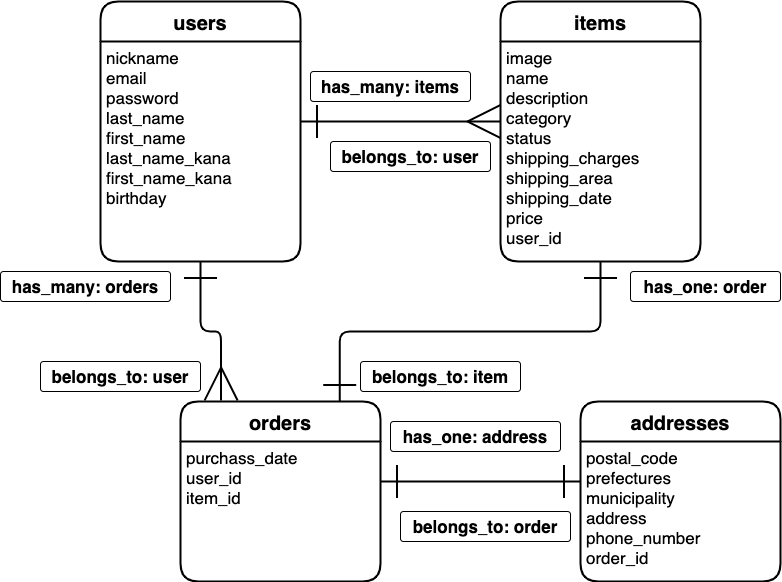
ono775/furima-28133 keeps this draw.io diagram as er.drawio.png. Above is the earlier version. Source tidied: cells renumbered, new cells last; positions are measured from the earlier drawing's top-left corner, leaving out a move shared by most shapes. Source of this version:
```xml
<mxGraphModel>
  <root>
    <mxCell id="0" />
    <mxCell id="1" parent="0" />
    <mxCell id="2" value="items" style="swimlane;horizontal=1;startSize=40;rounded=1;fontSize=20;fontStyle=1;strokeWidth=2;shadow=0;dashed=0;align=center;" parent="1" vertex="1">
      <mxGeometry x="500" width="200" height="260" as="geometry" />
    </mxCell>
    <mxCell id="3" value="image&#10;name&#10;description&#10;category&#10;status&#10;shipping_charges&#10;shipping_area&#10;shipping_date&#10;price&#10;user_id&#10;" style="align=left;strokeColor=none;fillColor=none;spacingLeft=4;fontSize=17;verticalAlign=top;" parent="2" vertex="1">
      <mxGeometry y="40" width="200" height="220" as="geometry" />
    </mxCell>
    <mxCell id="4" value="users" style="swimlane;horizontal=1;startSize=40;rounded=1;fontSize=20;fontStyle=1;strokeWidth=2;shadow=0;dashed=0;align=center;" parent="1" vertex="1">
      <mxGeometry x="100" width="200" height="260" as="geometry" />
    </mxCell>
    <mxCell id="5" value="nickname&#10;email&#10;password&#10;last_name&#10;first_name&#10;last_name_kana&#10;first_name_kana&#10;birthday" style="align=left;strokeColor=none;fillColor=none;spacingLeft=4;fontSize=17;verticalAlign=top;" parent="4" vertex="1">
      <mxGeometry y="40" width="200" height="220" as="geometry" />
    </mxCell>
    <mxCell id="6" value="orders" style="swimlane;horizontal=1;startSize=40;rounded=1;fontSize=20;fontStyle=1;strokeWidth=2;shadow=0;dashed=0;align=center;" parent="1" vertex="1">
      <mxGeometry x="180" y="400" width="200" height="180" as="geometry" />
    </mxCell>
    <mxCell id="7" value="purchass_date&#10;user_id&#10;item_id" style="align=left;strokeColor=none;fillColor=none;spacingLeft=4;fontSize=17;verticalAlign=top;" parent="6" vertex="1">
      <mxGeometry y="40" width="200" height="140" as="geometry" />
    </mxCell>
    <mxCell id="8" value="addresses" style="swimlane;horizontal=1;startSize=40;rounded=1;fontSize=20;fontStyle=1;strokeWidth=2;shadow=0;dashed=0;align=center;" parent="1" vertex="1">
      <mxGeometry x="580" y="400" width="200" height="180" as="geometry" />
    </mxCell>
    <mxCell id="9" value="postal_code&#10;prefectures&#10;municipality&#10;address&#10;phone_number&#10;order_id" style="align=left;strokeColor=none;fillColor=none;spacingLeft=4;fontSize=17;verticalAlign=top;" parent="8" vertex="1">
      <mxGeometry y="40" width="200" height="140" as="geometry" />
    </mxCell>
    <mxCell id="10" style="edgeStyle=orthogonalEdgeStyle;rounded=0;orthogonalLoop=1;jettySize=auto;html=1;fontSize=17;strokeWidth=2;startArrow=ERone;startFill=0;endArrow=ERmany;endFill=0;endSize=30;startSize=30;" parent="1" edge="1">
      <mxGeometry relative="1" as="geometry">
        <mxPoint x="300" y="120" as="sourcePoint" />
        <mxPoint x="500" y="120" as="targetPoint" />
        <Array as="points">
          <mxPoint x="300" y="120" />
          <mxPoint x="500" y="120" />
        </Array>
      </mxGeometry>
    </mxCell>
    <mxCell id="11" style="edgeStyle=orthogonalEdgeStyle;jettySize=auto;html=1;exitX=0.5;exitY=1;exitDx=0;exitDy=0;entryX=0.203;entryY=-0.006;entryDx=0;entryDy=0;entryPerimeter=0;startArrow=ERone;startFill=0;startSize=30;endArrow=ERmany;endFill=0;endSize=30;strokeWidth=2;fontSize=17;rounded=1;" parent="1" edge="1" source="5" target="6">
      <mxGeometry relative="1" as="geometry" />
    </mxCell>
    <mxCell id="12" style="edgeStyle=orthogonalEdgeStyle;rounded=1;jettySize=auto;html=1;exitX=0.5;exitY=1;exitDx=0;exitDy=0;entryX=0.796;entryY=0;entryDx=0;entryDy=0;entryPerimeter=0;startArrow=ERone;startFill=0;startSize=30;endArrow=ERone;endFill=0;endSize=30;strokeWidth=2;fontSize=17;" parent="1" edge="1" source="3" target="6">
      <mxGeometry relative="1" as="geometry" />
    </mxCell>
    <mxCell id="13" style="edgeStyle=orthogonalEdgeStyle;rounded=1;jettySize=auto;html=1;startArrow=ERone;startFill=0;startSize=30;endArrow=ERone;endFill=0;endSize=30;strokeWidth=2;fontSize=17;" parent="1" edge="1" target="9">
      <mxGeometry relative="1" as="geometry">
        <mxPoint x="380" y="480" as="sourcePoint" />
        <Array as="points">
          <mxPoint x="380" y="480" />
        </Array>
      </mxGeometry>
    </mxCell>
    <mxCell id="14" value="&lt;b&gt;has_many: items&lt;/b&gt;" style="rounded=1;arcSize=10;whiteSpace=wrap;html=1;align=center;fontSize=17;" parent="1" vertex="1">
      <mxGeometry x="310" y="70" width="160" height="30" as="geometry" />
    </mxCell>
    <mxCell id="15" value="&lt;b&gt;belongs_to: user&lt;/b&gt;" style="rounded=1;arcSize=10;whiteSpace=wrap;html=1;align=center;fontSize=17;" parent="1" vertex="1">
      <mxGeometry x="330" y="140" width="160" height="30" as="geometry" />
    </mxCell>
    <mxCell id="16" value="&lt;b&gt;has_many: orders&lt;/b&gt;" style="rounded=1;arcSize=10;whiteSpace=wrap;html=1;align=center;fontSize=17;" parent="1" vertex="1">
      <mxGeometry y="270" width="170" height="30" as="geometry" />
    </mxCell>
    <mxCell id="17" value="&lt;b&gt;belongs_to: user&lt;/b&gt;" style="rounded=1;arcSize=10;whiteSpace=wrap;html=1;align=center;fontSize=17;" parent="1" vertex="1">
      <mxGeometry x="40" y="360" width="160" height="30" as="geometry" />
    </mxCell>
    <mxCell id="18" value="&lt;b&gt;has_one: order&lt;/b&gt;" style="rounded=1;arcSize=10;whiteSpace=wrap;html=1;align=center;fontSize=17;" parent="1" vertex="1">
      <mxGeometry x="630" y="270" width="150" height="30" as="geometry" />
    </mxCell>
    <mxCell id="19" value="&lt;b&gt;belongs_to: item&lt;/b&gt;" style="rounded=1;arcSize=10;whiteSpace=wrap;html=1;align=center;fontSize=17;" parent="1" vertex="1">
      <mxGeometry x="360" y="360" width="160" height="30" as="geometry" />
    </mxCell>
    <mxCell id="20" value="&lt;b&gt;has_one: address&lt;/b&gt;" style="rounded=1;arcSize=10;whiteSpace=wrap;html=1;align=center;fontSize=17;" parent="1" vertex="1">
      <mxGeometry x="390" y="420" width="170" height="30" as="geometry" />
    </mxCell>
    <mxCell id="21" value="&lt;b&gt;belongs_to: order&lt;/b&gt;" style="rounded=1;arcSize=10;whiteSpace=wrap;html=1;align=center;fontSize=17;" parent="1" vertex="1">
      <mxGeometry x="400" y="510" width="170" height="30" as="geometry" />
    </mxCell>
  </root>
</mxGraphModel>
```
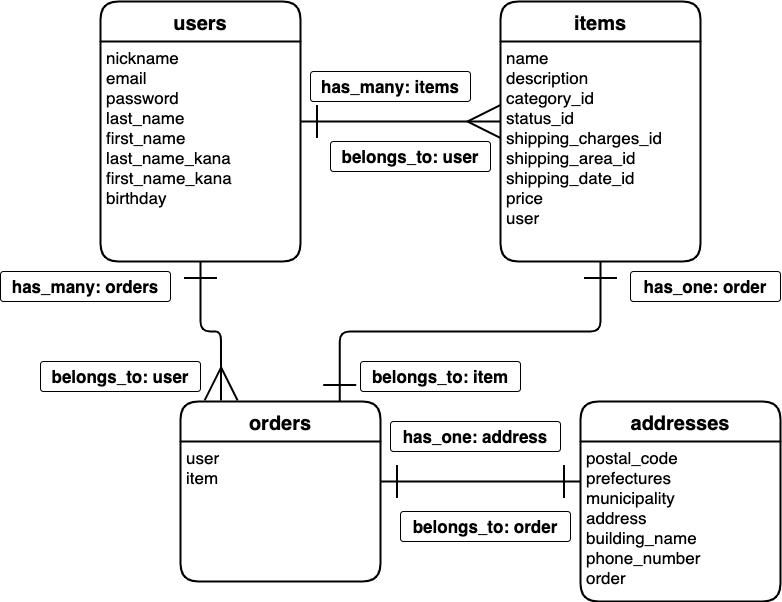
After the change.

The edit, as a diff of the source:
```diff
@@ -5,7 +5,7 @@
     <mxCell id="2" value="items" style="swimlane;horizontal=1;startSize=40;rounded=1;fontSize=20;fontStyle=1;strokeWidth=2;shadow=0;dashed=0;align=center;" parent="1" vertex="1">
       <mxGeometry x="500" width="200" height="260" as="geometry" />
     </mxCell>
-    <mxCell id="3" value="image&#10;name&#10;description&#10;category&#10;status&#10;shipping_charges&#10;shipping_area&#10;shipping_date&#10;price&#10;user_id&#10;" style="align=left;strokeColor=none;fillColor=none;spacingLeft=4;fontSize=17;verticalAlign=top;" parent="2" vertex="1">
+    <mxCell id="3" value="name&#10;description&#10;category_id&#10;status_id&#10;shipping_charges_id&#10;shipping_area_id&#10;shipping_date_id&#10;price&#10;user&#10;" style="align=left;strokeColor=none;fillColor=none;spacingLeft=4;fontSize=17;verticalAlign=top;" parent="2" vertex="1">
       <mxGeometry y="40" width="200" height="220" as="geometry" />
     </mxCell>
     <mxCell id="4" value="users" style="swimlane;horizontal=1;startSize=40;rounded=1;fontSize=20;fontStyle=1;strokeWidth=2;shadow=0;dashed=0;align=center;" parent="1" vertex="1">
@@ -17,14 +17,14 @@
     <mxCell id="6" value="orders" style="swimlane;horizontal=1;startSize=40;rounded=1;fontSize=20;fontStyle=1;strokeWidth=2;shadow=0;dashed=0;align=center;" parent="1" vertex="1">
       <mxGeometry x="180" y="400" width="200" height="180" as="geometry" />
     </mxCell>
-    <mxCell id="7" value="purchass_date&#10;user_id&#10;item_id" style="align=left;strokeColor=none;fillColor=none;spacingLeft=4;fontSize=17;verticalAlign=top;" parent="6" vertex="1">
+    <mxCell id="7" value="user&#10;item" style="align=left;strokeColor=none;fillColor=none;spacingLeft=4;fontSize=17;verticalAlign=top;" parent="6" vertex="1">
       <mxGeometry y="40" width="200" height="140" as="geometry" />
     </mxCell>
     <mxCell id="8" value="addresses" style="swimlane;horizontal=1;startSize=40;rounded=1;fontSize=20;fontStyle=1;strokeWidth=2;shadow=0;dashed=0;align=center;" parent="1" vertex="1">
-      <mxGeometry x="580" y="400" width="200" height="180" as="geometry" />
+      <mxGeometry x="580" y="400" width="200" height="200" as="geometry" />
     </mxCell>
-    <mxCell id="9" value="postal_code&#10;prefectures&#10;municipality&#10;address&#10;phone_number&#10;order_id" style="align=left;strokeColor=none;fillColor=none;spacingLeft=4;fontSize=17;verticalAlign=top;" parent="8" vertex="1">
-      <mxGeometry y="40" width="200" height="140" as="geometry" />
+    <mxCell id="9" value="postal_code&#10;prefectures&#10;municipality&#10;address&#10;building_name&#10;phone_number&#10;order" style="align=left;strokeColor=none;fillColor=none;spacingLeft=4;fontSize=17;verticalAlign=top;" parent="8" vertex="1">
+      <mxGeometry y="40" width="200" height="160" as="geometry" />
     </mxCell>
     <mxCell id="10" style="edgeStyle=orthogonalEdgeStyle;rounded=0;orthogonalLoop=1;jettySize=auto;html=1;fontSize=17;strokeWidth=2;startArrow=ERone;startFill=0;endArrow=ERmany;endFill=0;endSize=30;startSize=30;" parent="1" edge="1">
       <mxGeometry relative="1" as="geometry">
```
